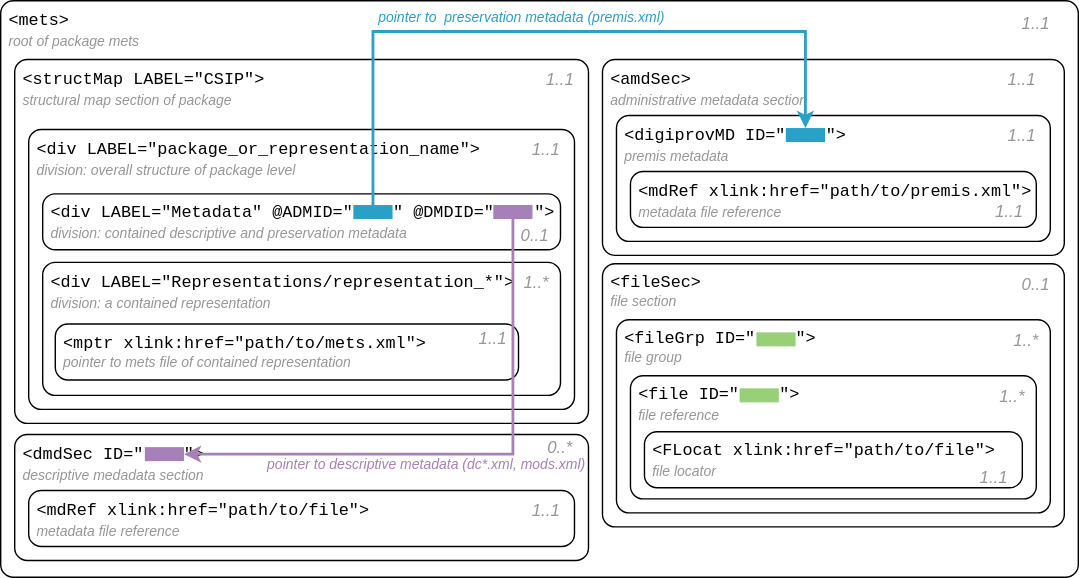
This is assets/images_spec/sip-package-pointers.svg from viaacode/documentation-jekyll, a draw.io export, as it was before one commit. Source tidied: cells renumbered, new cells last; positions are measured from the earlier drawing's top-left corner, leaving out a move shared by most shapes.
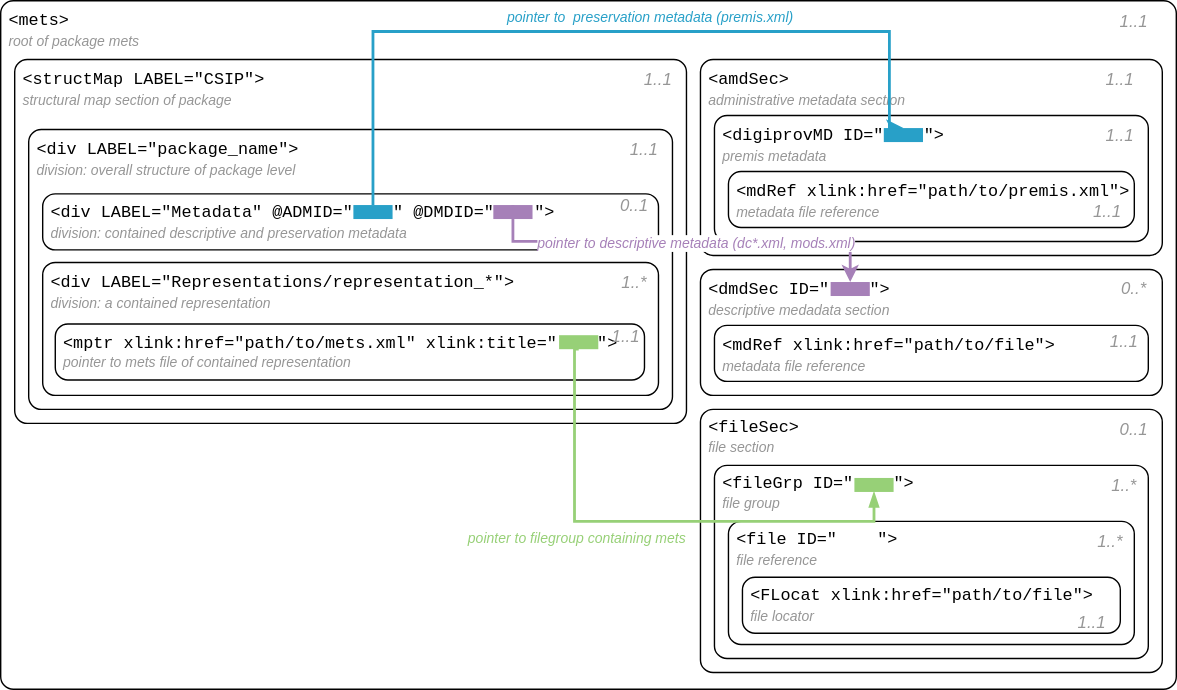
After the commit.

Diff of the diagram source:
```diff
@@ -5,39 +5,39 @@
     <mxCell id="2" value="&lt;div&gt;&lt;font face=&quot;Courier New&quot;&gt;&amp;lt;mets&amp;gt;&lt;/font&gt;&lt;/div&gt;&lt;div&gt;&lt;font size=&quot;1&quot; color=&quot;#969696&quot;&gt;&lt;i style=&quot;&quot;&gt;root of package mets&lt;br&gt;&lt;/i&gt;&lt;/font&gt;&lt;/div&gt;" style="rounded=1;whiteSpace=wrap;html=1;verticalAlign=top;align=left;spacingLeft=4;arcSize=18;absoluteArcSize=1;" parent="1" vertex="1">
-      <mxGeometry width="770" height="412" as="geometry" />
+      <mxGeometry width="840" height="492" as="geometry" />
     </mxCell>
     <mxCell id="3" value="&lt;font face=&quot;Courier New&quot;&gt;&amp;lt;amdSec&amp;gt;&lt;/font&gt;&lt;br&gt;&lt;i&gt;&lt;font style=&quot;font-size: 10px;&quot; color=&quot;#969696&quot;&gt;administrative metadata section&lt;/font&gt;&lt;/i&gt;" style="rounded=1;whiteSpace=wrap;html=1;verticalAlign=top;align=left;spacingLeft=4;arcSize=18;absoluteArcSize=1;" parent="1" vertex="1">
-      <mxGeometry x="430" y="42" width="330" height="140" as="geometry" />
+      <mxGeometry x="500" y="42" width="330" height="140" as="geometry" />
     </mxCell>
     <mxCell id="4" value="&lt;font face=&quot;Courier New&quot;&gt;&amp;lt;digiprovMD ID=&quot;&amp;nbsp;&amp;nbsp;&amp;nbsp; &quot;&amp;gt;&lt;/font&gt;&lt;br&gt;&lt;font size=&quot;1&quot; color=&quot;#969696&quot;&gt;&lt;i style=&quot;&quot;&gt;premis metadata&lt;/i&gt;&lt;/font&gt;" style="rounded=1;whiteSpace=wrap;html=1;verticalAlign=top;align=left;spacingLeft=4;arcSize=18;absoluteArcSize=1;" parent="1" vertex="1">
-      <mxGeometry x="440" y="82" width="310" height="90" as="geometry" />
+      <mxGeometry x="510" y="82" width="310" height="90" as="geometry" />
     </mxCell>
     <mxCell id="5" value="&lt;div&gt;&lt;font face=&quot;Courier New&quot;&gt;&amp;lt;structMap LABEL=&quot;CSIP&quot;&amp;gt;&lt;/font&gt;&lt;/div&gt;&lt;font size=&quot;1&quot; color=&quot;#969696&quot;&gt;&lt;i style=&quot;&quot;&gt;structural map section of package&lt;br&gt;&lt;/i&gt;&lt;/font&gt;" style="rounded=1;whiteSpace=wrap;html=1;verticalAlign=top;align=left;spacingLeft=4;arcSize=18;absoluteArcSize=1;" parent="1" vertex="1">
-      <mxGeometry x="10" y="42" width="410" height="260" as="geometry" />
+      <mxGeometry x="10" y="42" width="480" height="260" as="geometry" />
     </mxCell>
     <mxCell id="6" value="&lt;div&gt;&lt;font face=&quot;Courier New&quot;&gt;&amp;lt;dmdSec ID=&quot;&amp;nbsp;&amp;nbsp;&amp;nbsp; &quot;&amp;gt;&lt;/font&gt;&lt;/div&gt;&lt;div&gt;&lt;font size=&quot;1&quot; color=&quot;#969696&quot;&gt;&lt;i style=&quot;&quot;&gt;descriptive medadata section&lt;/i&gt;&lt;/font&gt;&lt;br&gt;&lt;/div&gt;" style="rounded=1;whiteSpace=wrap;html=1;verticalAlign=top;align=left;spacingLeft=4;arcSize=18;absoluteArcSize=1;" parent="1" vertex="1">
-      <mxGeometry x="10" y="310" width="410" height="90" as="geometry" />
+      <mxGeometry x="500" y="192" width="330" height="90" as="geometry" />
     </mxCell>
     <mxCell id="7" value="&lt;div&gt;&amp;lt;fileSec&amp;gt;&lt;/div&gt;&lt;div&gt;&lt;font size=&quot;1&quot; face=&quot;Helvetica&quot; color=&quot;#969696&quot;&gt;&lt;i style=&quot;&quot;&gt;file section&lt;/i&gt;&lt;/font&gt;&lt;br&gt;&lt;/div&gt;" style="rounded=1;whiteSpace=wrap;html=1;verticalAlign=top;align=left;spacingLeft=4;arcSize=18;absoluteArcSize=1;fontFamily=Courier New;" parent="1" vertex="1">
-      <mxGeometry x="430" y="188" width="330" height="188" as="geometry" />
+      <mxGeometry x="500" y="292" width="330" height="188" as="geometry" />
     </mxCell>
     <mxCell id="8" value="&lt;div&gt;&lt;font face=&quot;Courier New&quot;&gt;&amp;lt;mdRef &lt;/font&gt;&lt;font face=&quot;Courier New&quot;&gt;xlink:href=&quot;path/to/file&quot;&lt;/font&gt;&lt;font face=&quot;Courier New&quot;&gt;&amp;gt;&lt;/font&gt;&lt;/div&gt;&lt;div&gt;&lt;font size=&quot;1&quot; color=&quot;#969696&quot;&gt;&lt;i style=&quot;&quot;&gt;metadata file reference&lt;/i&gt;&lt;/font&gt;&lt;br&gt;&lt;/div&gt;" style="rounded=1;whiteSpace=wrap;html=1;verticalAlign=top;align=left;spacingLeft=4;arcSize=18;absoluteArcSize=1;" parent="1" vertex="1">
-      <mxGeometry x="20" y="350" width="390" height="40" as="geometry" />
+      <mxGeometry x="510" y="232" width="310" height="40" as="geometry" />
     </mxCell>
     <mxCell id="9" value="&lt;div&gt;&amp;lt;fileGrp ID=&quot;&amp;nbsp;&amp;nbsp;&amp;nbsp; &quot;&amp;gt;&lt;/div&gt;&lt;div&gt;&lt;i&gt;&lt;font style=&quot;font-size: 10px;&quot; face=&quot;Helvetica&quot; color=&quot;#969696&quot;&gt;file group&lt;/font&gt;&lt;/i&gt;&lt;br&gt;&lt;/div&gt;" style="rounded=1;whiteSpace=wrap;html=1;verticalAlign=top;align=left;spacingLeft=4;arcSize=18;absoluteArcSize=1;fontFamily=Courier New;" parent="1" vertex="1">
-      <mxGeometry x="440" y="228" width="310" height="138" as="geometry" />
+      <mxGeometry x="510" y="332" width="310" height="138" as="geometry" />
     </mxCell>
     <mxCell id="10" value="&lt;div&gt;&amp;lt;file ID=&quot;&amp;nbsp;&amp;nbsp;&amp;nbsp; &quot;&amp;gt;&lt;/div&gt;&lt;div&gt;&lt;font face=&quot;Helvetica&quot; color=&quot;#969696&quot;&gt;&lt;i&gt;&lt;font style=&quot;font-size: 10px;&quot;&gt;file reference&lt;/font&gt;&lt;/i&gt;&lt;/font&gt;&lt;br&gt;&lt;/div&gt;" style="rounded=1;whiteSpace=wrap;html=1;verticalAlign=top;align=left;spacingLeft=4;arcSize=18;absoluteArcSize=1;fontFamily=Courier New;" parent="1" vertex="1">
-      <mxGeometry x="450" y="268" width="290" height="88" as="geometry" />
+      <mxGeometry x="520" y="372" width="290" height="88" as="geometry" />
     </mxCell>
     <mxCell id="11" value="&lt;div&gt;&lt;font face=&quot;Courier New&quot;&gt;&amp;lt;mdRef &lt;/font&gt;&lt;font face=&quot;Courier New&quot;&gt;xlink:href=&quot;path/to/premis.xml&quot;&lt;/font&gt;&lt;font face=&quot;Courier New&quot;&gt;&amp;gt;&lt;/font&gt;&lt;/div&gt;&lt;div&gt;&lt;font size=&quot;1&quot; color=&quot;#969696&quot;&gt;&lt;i style=&quot;&quot;&gt;metadata file reference&lt;/i&gt;&lt;/font&gt;&lt;/div&gt;" style="rounded=1;whiteSpace=wrap;html=1;verticalAlign=top;align=left;spacingLeft=4;arcSize=18;absoluteArcSize=1;" parent="1" vertex="1">
-      <mxGeometry x="450" y="122" width="290" height="40" as="geometry" />
+      <mxGeometry x="520" y="122" width="290" height="40" as="geometry" />
     </mxCell>
-    <mxCell id="12" value="&lt;div&gt;&lt;font face=&quot;Courier New&quot;&gt;&amp;lt;div LABEL=&quot;package_or_representation_name&quot;&amp;gt;&lt;/font&gt;&lt;/div&gt;&lt;div&gt;&lt;font size=&quot;1&quot; color=&quot;#969696&quot;&gt;&lt;i style=&quot;&quot;&gt;division: overall structure of package level&lt;/i&gt;&lt;/font&gt;&lt;br&gt;&lt;/div&gt;" style="rounded=1;whiteSpace=wrap;html=1;verticalAlign=top;align=left;spacingLeft=4;arcSize=18;absoluteArcSize=1;" parent="1" vertex="1">
-      <mxGeometry x="20" y="92" width="390" height="200" as="geometry" />
+    <mxCell id="12" value="&lt;div&gt;&lt;font face=&quot;Courier New&quot;&gt;&amp;lt;div LABEL=&quot;package_name&quot;&amp;gt;&lt;/font&gt;&lt;/div&gt;&lt;div&gt;&lt;font size=&quot;1&quot; color=&quot;#969696&quot;&gt;&lt;i style=&quot;&quot;&gt;division: overall structure of package level&lt;/i&gt;&lt;/font&gt;&lt;br&gt;&lt;/div&gt;" style="rounded=1;whiteSpace=wrap;html=1;verticalAlign=top;align=left;spacingLeft=4;arcSize=18;absoluteArcSize=1;" parent="1" vertex="1">
+      <mxGeometry x="20" y="92" width="460" height="200" as="geometry" />
     </mxCell>
     <mxCell id="13" value="&lt;div&gt;&lt;font face=&quot;Courier New&quot;&gt;&amp;lt;div &lt;span class=&quot;pl-e&quot;&gt;LABEL&lt;/span&gt;=&lt;span class=&quot;pl-s&quot;&gt;&lt;span class=&quot;pl-pds&quot;&gt;&quot;&lt;/span&gt;Metadata&lt;span class=&quot;pl-pds&quot;&gt;&quot; @ADMID=&quot;&amp;nbsp;&amp;nbsp;&amp;nbsp; &quot; @DMDID=&quot;&amp;nbsp;&amp;nbsp;&amp;nbsp; &quot;&lt;/span&gt;&lt;/span&gt;&amp;gt;&lt;/font&gt;&lt;/div&gt;&lt;div&gt;&lt;font size=&quot;1&quot; color=&quot;#969696&quot;&gt;&lt;i style=&quot;&quot;&gt;division: contained descriptive and preservation metadata&lt;/i&gt;&lt;/font&gt;&lt;br&gt;&lt;/div&gt;" style="rounded=1;whiteSpace=wrap;html=1;align=left;spacingLeft=4;arcSize=18;absoluteArcSize=1;" parent="1" vertex="1">
-      <mxGeometry x="30" y="138" width="370" height="40" as="geometry" />
+      <mxGeometry x="30" y="138" width="440" height="40" as="geometry" />
     </mxCell>
     <mxCell id="14" value="&lt;font face=&quot;Courier New&quot;&gt;&amp;lt;div &lt;span class=&quot;pl-e&quot;&gt;LABEL&lt;/span&gt;=&lt;span class=&quot;pl-s&quot;&gt;&lt;span class=&quot;pl-pds&quot;&gt;&quot;Representations/representation_*&lt;/span&gt;&lt;span class=&quot;pl-pds&quot;&gt;&quot;&lt;/span&gt;&lt;/span&gt;&amp;gt;&lt;/font&gt;&lt;br&gt;&lt;font size=&quot;1&quot; color=&quot;#969696&quot;&gt;&lt;i style=&quot;&quot;&gt;division: a contained representation&lt;/i&gt;&lt;/font&gt;" style="rounded=1;whiteSpace=wrap;html=1;verticalAlign=top;align=left;spacingLeft=4;arcSize=18;absoluteArcSize=1;" parent="1" vertex="1">
-      <mxGeometry x="30" y="187" width="370" height="95" as="geometry" />
+      <mxGeometry x="30" y="187" width="440" height="95" as="geometry" />
     </mxCell>
@@ -47,3 +47,3 @@
           <mxPoint x="266" y="22" />
-          <mxPoint x="575" y="22" />
+          <mxPoint x="635" y="22" />
         </Array>
@@ -52,3 +52,5 @@
     <mxCell id="16" value="pointer to&amp;nbsp; preservation metadata (premis.xml)" style="edgeLabel;html=1;align=center;verticalAlign=bottom;fontSize=10;fontFamily=Helvetica;fontColor=#28A0C8;fontStyle=2;" parent="15" vertex="1">
-      <mxGeometry x="-0.09" y="2" relative="1" as="geometry" />
+      <mxGeometry x="-0.09" y="2" relative="1" as="geometry">
+        <mxPoint x="60" as="offset" />
+      </mxGeometry>
     </mxCell>
@@ -57,9 +59,10 @@
     </mxCell>
-    <mxCell id="18" value="&lt;div&gt;&lt;font face=&quot;Courier New&quot;&gt;&amp;lt;mptr xlink:href=&quot;path/to/mets.xml&quot;&amp;gt;&lt;/font&gt;&lt;/div&gt;&lt;div style=&quot;font-size: 10px;&quot;&gt;&lt;font style=&quot;font-size: 10px;&quot; color=&quot;#969696&quot;&gt;&lt;i&gt;&lt;font style=&quot;font-size: 10px;&quot;&gt;pointer to mets file&lt;/font&gt;&lt;/i&gt;&lt;/font&gt;&lt;i&gt;&lt;font style=&quot;font-size: 10px;&quot; color=&quot;#969696&quot;&gt; of contained &lt;font style=&quot;font-size: 10px;&quot;&gt;&lt;font style=&quot;font-size: 10px;&quot;&gt;representation&lt;/font&gt;&lt;/font&gt;&lt;/font&gt;&lt;/i&gt;&lt;i&gt;&lt;font style=&quot;font-size: 10px;&quot; color=&quot;#969696&quot;&gt;&lt;font style=&quot;font-size: 10px;&quot;&gt;&lt;font style=&quot;font-size: 10px;&quot;&gt;&lt;br&gt;&lt;/font&gt;&lt;/font&gt;&lt;/font&gt;&lt;/i&gt;&lt;/div&gt;" style="rounded=1;whiteSpace=wrap;html=1;verticalAlign=top;align=left;spacingLeft=4;arcSize=18;absoluteArcSize=1;" parent="1" vertex="1">
-      <mxGeometry x="39" y="231" width="331" height="40" as="geometry" />
+    <mxCell id="18" value="&lt;div&gt;&lt;font face=&quot;Courier New&quot;&gt;&amp;lt;mptr xlink:href=&quot;path/to/mets.xml&quot; xlink:title=&quot; &amp;nbsp;&amp;nbsp; &quot;&amp;gt;&lt;/font&gt;&lt;/div&gt;&lt;div style=&quot;font-size: 10px;&quot;&gt;&lt;font style=&quot;font-size: 10px;&quot; color=&quot;#969696&quot;&gt;&lt;i&gt;&lt;font style=&quot;font-size: 10px;&quot;&gt;pointer to mets file&lt;/font&gt;&lt;/i&gt;&lt;/font&gt;&lt;i&gt;&lt;font style=&quot;font-size: 10px;&quot; color=&quot;#969696&quot;&gt; of contained &lt;font style=&quot;font-size: 10px;&quot;&gt;&lt;font style=&quot;font-size: 10px;&quot;&gt;representation&lt;/font&gt;&lt;/font&gt;&lt;/font&gt;&lt;/i&gt;&lt;i&gt;&lt;font style=&quot;font-size: 10px;&quot; color=&quot;#969696&quot;&gt;&lt;font style=&quot;font-size: 10px;&quot;&gt;&lt;font style=&quot;font-size: 10px;&quot;&gt;&lt;br&gt;&lt;/font&gt;&lt;/font&gt;&lt;/font&gt;&lt;/i&gt;&lt;/div&gt;" style="rounded=1;whiteSpace=wrap;html=1;verticalAlign=top;align=left;spacingLeft=4;arcSize=18;absoluteArcSize=1;" parent="1" vertex="1">
+      <mxGeometry x="39" y="231" width="421" height="40" as="geometry" />
     </mxCell>
-    <mxCell id="19" style="edgeStyle=orthogonalEdgeStyle;rounded=0;jettySize=auto;html=1;exitX=0.5;exitY=0;exitDx=0;exitDy=0;entryX=1;entryY=0.5;entryDx=0;entryDy=0;fontFamily=Helvetica;fontSize=10;fontColor=#969696;strokeWidth=2;strokeColor=#A680B8;" parent="1" edge="1" source="21" target="23">
+    <mxCell id="19" style="edgeStyle=orthogonalEdgeStyle;rounded=0;jettySize=auto;html=1;exitX=0.5;exitY=0;exitDx=0;exitDy=0;entryX=0.5;entryY=0;entryDx=0;entryDy=0;fontFamily=Helvetica;fontSize=10;fontColor=#969696;strokeWidth=2;strokeColor=#A680B8;" parent="1" edge="1" source="21" target="23">
       <mxGeometry relative="1" as="geometry">
         <Array as="points">
-          <mxPoint x="366" y="324" />
+          <mxPoint x="366" y="172" />
+          <mxPoint x="607" y="172" />
         </Array>
@@ -69,3 +72,3 @@
       <mxGeometry x="0.24" y="1" relative="1" as="geometry">
-        <mxPoint x="14" y="14" as="offset" />
+        <mxPoint x="-27" y="10" as="offset" />
       </mxGeometry>
@@ -76,61 +79,75 @@
     <mxCell id="22" style="rounded=0;whiteSpace=wrap;html=1;fontSize=10;fontColor=#969696;strokeColor=none;fillColor=#28A0C8;" parent="1" vertex="1">
-      <mxGeometry x="561" y="91" width="28" height="10" as="geometry" />
+      <mxGeometry x="631" y="91" width="28" height="10" as="geometry" />
     </mxCell>
     <mxCell id="23" style="rounded=0;whiteSpace=wrap;html=1;fontSize=10;fontColor=#969696;strokeColor=none;fillColor=#A680B8;" parent="1" vertex="1">
-      <mxGeometry x="103" y="319" width="28" height="10" as="geometry" />
+      <mxGeometry x="593" y="201" width="28" height="10" as="geometry" />
     </mxCell>
     <mxCell id="24" value="&lt;div&gt;&amp;lt;FLocat &lt;font face=&quot;Courier New&quot;&gt;xlink:href=&quot;path/to/file&quot;&lt;/font&gt;&amp;gt;&lt;/div&gt;&lt;div&gt;&lt;font face=&quot;Helvetica&quot; color=&quot;#969696&quot;&gt;&lt;i&gt;&lt;font style=&quot;font-size: 10px;&quot;&gt;file locator&lt;/font&gt;&lt;/i&gt;&lt;/font&gt;&lt;br&gt;&lt;/div&gt;" style="rounded=1;whiteSpace=wrap;html=1;verticalAlign=top;align=left;spacingLeft=4;arcSize=18;absoluteArcSize=1;fontFamily=Courier New;" parent="1" vertex="1">
-      <mxGeometry x="460" y="308" width="270" height="40" as="geometry" />
+      <mxGeometry x="530" y="412" width="270" height="40" as="geometry" />
     </mxCell>
     <mxCell id="25" value="1..1" style="text;html=1;strokeColor=none;fillColor=none;align=center;verticalAlign=middle;whiteSpace=wrap;rounded=0;fontFamily=Helvetica;fontSize=12;fontColor=#969696;fontStyle=2;" parent="1" vertex="1">
-      <mxGeometry x="710" y="2" width="60" height="30" as="geometry" />
+      <mxGeometry x="780" width="60" height="30" as="geometry" />
     </mxCell>
     <mxCell id="26" value="1..1" style="text;html=1;strokeColor=none;fillColor=none;align=center;verticalAlign=middle;whiteSpace=wrap;rounded=0;fontFamily=Helvetica;fontSize=12;fontColor=#969696;fontStyle=2;" parent="1" vertex="1">
-      <mxGeometry x="370" y="42" width="60" height="30" as="geometry" />
+      <mxGeometry x="440" y="42" width="60" height="30" as="geometry" />
     </mxCell>
     <mxCell id="27" value="0..*" style="text;html=1;strokeColor=none;fillColor=none;align=center;verticalAlign=middle;whiteSpace=wrap;rounded=0;fontFamily=Helvetica;fontSize=12;fontColor=#969696;fontStyle=2;" parent="1" vertex="1">
-      <mxGeometry x="370" y="305" width="60" height="30" as="geometry" />
+      <mxGeometry x="780" y="191" width="60" height="30" as="geometry" />
     </mxCell>
     <mxCell id="28" value="1..1" style="text;html=1;strokeColor=none;fillColor=none;align=center;verticalAlign=middle;whiteSpace=wrap;rounded=0;fontFamily=Helvetica;fontSize=12;fontColor=#969696;fontStyle=2;" parent="1" vertex="1">
-      <mxGeometry x="360" y="92" width="60" height="30" as="geometry" />
+      <mxGeometry x="430" y="92" width="60" height="30" as="geometry" />
     </mxCell>
     <mxCell id="29" value="0..1" style="text;html=1;strokeColor=none;fillColor=none;align=center;verticalAlign=middle;whiteSpace=wrap;rounded=0;fontFamily=Helvetica;fontSize=12;fontColor=#969696;fontStyle=2;" parent="1" vertex="1">
-      <mxGeometry x="352" y="153" width="60" height="30" as="geometry" />
+      <mxGeometry x="423" y="132" width="60" height="30" as="geometry" />
     </mxCell>
     <mxCell id="30" value="1..*" style="text;html=1;strokeColor=none;fillColor=none;align=center;verticalAlign=middle;whiteSpace=wrap;rounded=0;fontFamily=Helvetica;fontSize=12;fontColor=#969696;fontStyle=2;" parent="1" vertex="1">
-      <mxGeometry x="353" y="187" width="60" height="30" as="geometry" />
+      <mxGeometry x="423" y="187" width="60" height="30" as="geometry" />
     </mxCell>
     <mxCell id="31" value="1..1" style="text;html=1;strokeColor=none;fillColor=none;align=center;verticalAlign=middle;whiteSpace=wrap;rounded=0;fontFamily=Helvetica;fontSize=12;fontColor=#969696;fontStyle=2;" parent="1" vertex="1">
-      <mxGeometry x="322" y="227" width="60" height="30" as="geometry" />
+      <mxGeometry x="417" y="225" width="60" height="30" as="geometry" />
     </mxCell>
     <mxCell id="32" value="1..1" style="text;html=1;strokeColor=none;fillColor=none;align=center;verticalAlign=middle;whiteSpace=wrap;rounded=0;fontFamily=Helvetica;fontSize=12;fontColor=#969696;fontStyle=2;" parent="1" vertex="1">
-      <mxGeometry x="360" y="350" width="60" height="30" as="geometry" />
+      <mxGeometry x="773" y="229" width="60" height="30" as="geometry" />
     </mxCell>
     <mxCell id="33" value="1..1" style="text;html=1;strokeColor=none;fillColor=none;align=center;verticalAlign=middle;whiteSpace=wrap;rounded=0;fontFamily=Helvetica;fontSize=12;fontColor=#969696;fontStyle=2;" parent="1" vertex="1">
-      <mxGeometry x="700" y="42" width="60" height="30" as="geometry" />
+      <mxGeometry x="770" y="42" width="60" height="30" as="geometry" />
     </mxCell>
     <mxCell id="34" value="1..1" style="text;html=1;strokeColor=none;fillColor=none;align=center;verticalAlign=middle;whiteSpace=wrap;rounded=0;fontFamily=Helvetica;fontSize=12;fontColor=#969696;fontStyle=2;" parent="1" vertex="1">
-      <mxGeometry x="700" y="82" width="60" height="30" as="geometry" />
+      <mxGeometry x="770" y="82" width="60" height="30" as="geometry" />
     </mxCell>
     <mxCell id="35" value="1..1" style="text;html=1;strokeColor=none;fillColor=none;align=center;verticalAlign=middle;whiteSpace=wrap;rounded=0;fontFamily=Helvetica;fontSize=12;fontColor=#969696;fontStyle=2;" parent="1" vertex="1">
-      <mxGeometry x="691" y="136" width="60" height="30" as="geometry" />
+      <mxGeometry x="761" y="136" width="60" height="30" as="geometry" />
     </mxCell>
     <mxCell id="36" value="0..1" style="text;html=1;strokeColor=none;fillColor=none;align=center;verticalAlign=middle;whiteSpace=wrap;rounded=0;fontFamily=Helvetica;fontSize=12;fontColor=#969696;fontStyle=2;" parent="1" vertex="1">
-      <mxGeometry x="710" y="188" width="60" height="30" as="geometry" />
+      <mxGeometry x="780" y="292" width="60" height="30" as="geometry" />
     </mxCell>
     <mxCell id="37" value="1..*" style="text;html=1;strokeColor=none;fillColor=none;align=center;verticalAlign=middle;whiteSpace=wrap;rounded=0;fontFamily=Helvetica;fontSize=12;fontColor=#969696;fontStyle=2;" parent="1" vertex="1">
-      <mxGeometry x="703" y="228" width="60" height="30" as="geometry" />
+      <mxGeometry x="773" y="332" width="60" height="30" as="geometry" />
     </mxCell>
     <mxCell id="38" value="1..*" style="text;html=1;strokeColor=none;fillColor=none;align=center;verticalAlign=middle;whiteSpace=wrap;rounded=0;fontFamily=Helvetica;fontSize=12;fontColor=#969696;fontStyle=2;" parent="1" vertex="1">
-      <mxGeometry x="693" y="268" width="60" height="30" as="geometry" />
+      <mxGeometry x="763" y="372" width="60" height="30" as="geometry" />
     </mxCell>
     <mxCell id="39" value="1..1" style="text;html=1;strokeColor=none;fillColor=none;align=center;verticalAlign=middle;whiteSpace=wrap;rounded=0;fontFamily=Helvetica;fontSize=12;fontColor=#969696;fontStyle=2;" parent="1" vertex="1">
-      <mxGeometry x="680" y="326" width="60" height="30" as="geometry" />
+      <mxGeometry x="750" y="430" width="60" height="30" as="geometry" />
     </mxCell>
     <mxCell id="40" style="rounded=0;whiteSpace=wrap;html=1;fontSize=10;fontColor=#969696;strokeColor=none;fillColor=#97D077;" parent="1" vertex="1">
-      <mxGeometry x="540" y="237" width="28" height="10" as="geometry" />
+      <mxGeometry x="610" y="341" width="28" height="10" as="geometry" />
     </mxCell>
-    <mxCell id="41" style="rounded=0;whiteSpace=wrap;html=1;fontSize=10;fontColor=#969696;strokeColor=none;fillColor=#97D077;" parent="1" vertex="1">
-      <mxGeometry x="528" y="277" width="28" height="10" as="geometry" />
-    </mxCell>
+    <mxCell id="42" style="rounded=0;whiteSpace=wrap;html=1;fontSize=10;fontColor=#969696;strokeColor=none;fillColor=#97D077;" parent="1" vertex="1">
+      <mxGeometry x="399" y="239" width="28" height="10" as="geometry" />
+    </mxCell>
+    <mxCell id="43" style="edgeStyle=orthogonalEdgeStyle;rounded=0;jettySize=auto;html=1;exitX=0.5;exitY=1;exitDx=0;exitDy=0;entryX=0.5;entryY=1;entryDx=0;entryDy=0;fontFamily=Helvetica;fontSize=10;fontColor=#969696;strokeColor=#97D077;strokeWidth=2;endArrow=blockThin;endFill=1;" parent="1" edge="1" source="42" target="40">
+      <mxGeometry relative="1" as="geometry">
+        <Array as="points">
+          <mxPoint x="410" y="249" />
+          <mxPoint x="410" y="372" />
+          <mxPoint x="624" y="372" />
+        </Array>
+      </mxGeometry>
+    </mxCell>
+    <mxCell id="44" value="pointer to filegroup containing mets&amp;nbsp; " style="edgeLabel;html=1;align=center;verticalAlign=top;fontSize=10;fontFamily=Helvetica;fontColor=#97D077;fontStyle=2;" parent="43" vertex="1">
+      <mxGeometry x="-0.07" y="2" relative="1" as="geometry">
+        <mxPoint x="-39" y="2" as="offset" />
+      </mxGeometry>
+    </mxCell>
   </root>
```
